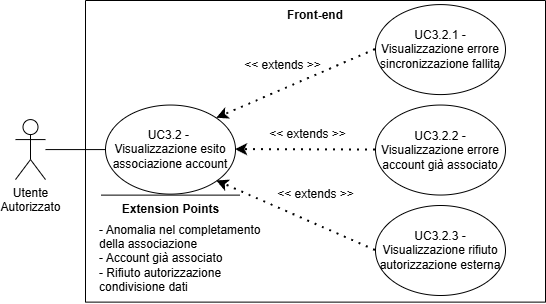
Earlier version of the draw.io export assets/diagrams/UC3_2.png (SkarabGroup/DocumentazioneProgetto). Source tidied: cells renumbered, new cells last; positions are measured from the earlier drawing's top-left corner, leaving out a move shared by most shapes.
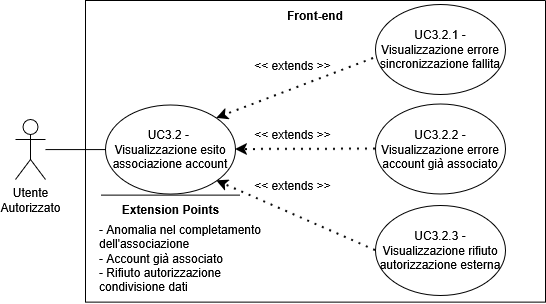
The same file after the commit.

Diff of the diagram source:
```diff
@@ -17,26 +17,26 @@
     <mxCell id="6" value="UC3.2.1 - Visualizzazione errore sincronizzazione fallita" style="ellipse;whiteSpace=wrap;html=1;" parent="2" vertex="1">
       <mxGeometry x="290" y="4.1" width="130" height="90" as="geometry" />
     </mxCell>
-    <mxCell id="7" style="endArrow=classic;dashed=1;html=1;dashPattern=1 3;strokeWidth=2;rounded=0;strokeColor=default;curved=0;endFill=1;endSize=6;exitX=0;exitY=0.5;exitDx=0;exitDy=0;entryX=1;entryY=0;entryDx=0;entryDy=0;" parent="2" edge="1" source="6" target="5">
+    <mxCell id="7" style="endArrow=classic;dashed=1;html=1;dashPattern=1 3;strokeWidth=2;rounded=0;strokeColor=default;curved=0;endFill=1;endSize=6;exitX=-0.015;exitY=0.599;exitDx=0;exitDy=0;entryX=1;entryY=0;entryDx=0;entryDy=0;exitPerimeter=0;" parent="2" edge="1" source="6" target="5">
       <mxGeometry relative="1" as="geometry" />
     </mxCell>
     <mxCell id="8" value="&amp;lt;&amp;lt; extends &amp;gt;&amp;gt;" style="text;html=1;whiteSpace=wrap;strokeColor=none;fillColor=none;align=center;verticalAlign=middle;rounded=0;" parent="2" vertex="1">
-      <mxGeometry x="175" y="119.1" width="95" height="30" as="geometry" />
+      <mxGeometry x="160" y="119.1" width="95" height="30" as="geometry" />
     </mxCell>
     <mxCell id="9" value="UC3.2.2 - Visualizzazione errore account già associato" style="ellipse;whiteSpace=wrap;html=1;" parent="2" vertex="1">
-      <mxGeometry x="290" y="104.5" width="130" height="90" as="geometry" />
+      <mxGeometry x="290" y="103.6" width="130" height="90" as="geometry" />
     </mxCell>
     <mxCell id="10" style="endArrow=classic;dashed=1;html=1;dashPattern=1 3;strokeWidth=2;rounded=0;entryX=1;entryY=0.5;entryDx=0;entryDy=0;strokeColor=default;curved=0;endFill=1;endSize=6;exitX=0;exitY=0.5;exitDx=0;exitDy=0;" parent="2" edge="1" source="9" target="5">
       <mxGeometry relative="1" as="geometry" />
     </mxCell>
     <mxCell id="11" value="&amp;lt;&amp;lt; extends &amp;gt;&amp;gt;" style="text;html=1;whiteSpace=wrap;strokeColor=none;fillColor=none;align=center;verticalAlign=middle;rounded=0;" parent="2" vertex="1">
-      <mxGeometry x="150" y="50" width="95" height="30" as="geometry" />
+      <mxGeometry x="160" y="50" width="95" height="30" as="geometry" />
     </mxCell>
     <mxCell id="12" style="endArrow=none;html=1;rounded=0;entryX=0;entryY=0.5;entryDx=0;entryDy=0;" parent="2" edge="1" source="4" target="5">
       <mxGeometry relative="1" as="geometry" />
     </mxCell>
     <mxCell id="13" value="&amp;lt;&amp;lt; extends &amp;gt;&amp;gt;" style="text;html=1;whiteSpace=wrap;strokeColor=none;fillColor=none;align=center;verticalAlign=middle;rounded=0;" parent="2" vertex="1">
-      <mxGeometry x="182.5" y="179.1" width="95" height="30" as="geometry" />
+      <mxGeometry x="160" y="170" width="95" height="30" as="geometry" />
     </mxCell>
     <mxCell id="14" style="endArrow=none;html=1;rounded=0;" parent="2" edge="1">
       <mxGeometry relative="1" as="geometry">
@@ -47,7 +47,7 @@
     <mxCell id="15" value="&lt;b&gt;Extension Points&lt;/b&gt;" style="text;html=1;whiteSpace=wrap;strokeColor=none;fillColor=none;align=center;verticalAlign=middle;rounded=0;strokeWidth=5;" parent="2" vertex="1">
       <mxGeometry x="27.5" y="193.6" width="115" height="30" as="geometry" />
     </mxCell>
-    <mxCell id="16" value="&lt;div align=&quot;left&quot;&gt;- Anomalia nel completamento della associazione&lt;/div&gt;&lt;div align=&quot;left&quot;&gt;- Account già associato&lt;/div&gt;&lt;div align=&quot;left&quot;&gt;- Rifiuto autorizzazione condivisione dati&lt;/div&gt;" style="text;html=1;whiteSpace=wrap;strokeColor=none;fillColor=none;align=left;verticalAlign=middle;rounded=0;" parent="2" vertex="1">
+    <mxCell id="16" value="&lt;div align=&quot;left&quot;&gt;- Anomalia nel completamento dell'associazione&lt;/div&gt;&lt;div align=&quot;left&quot;&gt;- Account già associato&lt;/div&gt;&lt;div align=&quot;left&quot;&gt;- Rifiuto autorizzazione condivisione dati&lt;/div&gt;" style="text;html=1;whiteSpace=wrap;strokeColor=none;fillColor=none;align=left;verticalAlign=middle;rounded=0;" parent="2" vertex="1">
       <mxGeometry x="11.5" y="212.6" width="168.5" height="90" as="geometry" />
     </mxCell>
     <mxCell id="17" value="UC3.2.3 - Visualizzazione rifiuto autorizzazione esterna" style="ellipse;whiteSpace=wrap;html=1;strokeWidth=1;fontSize=12;" parent="1" vertex="1">
```
